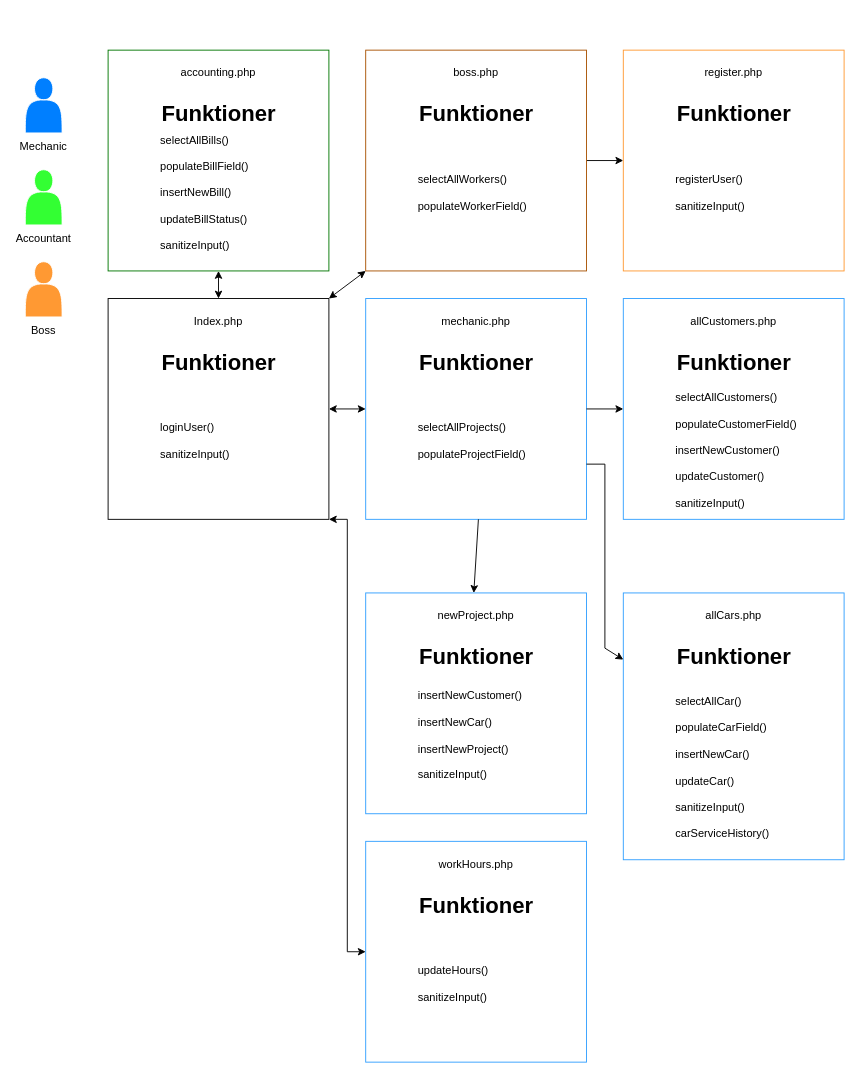
Above: plans/av_web_slutproject_flowchart.drawio in RasLin1/av_web_uppg3 (draw.io), before the change. Source tidied: cells renumbered, new cells numbered last; positions are measured from the earlier drawing's top-left corner, leaving out a move shared by most shapes. Both pictures are drawn from the tidied source at 92%, with x=0, y=0 at pixel (16, 50).
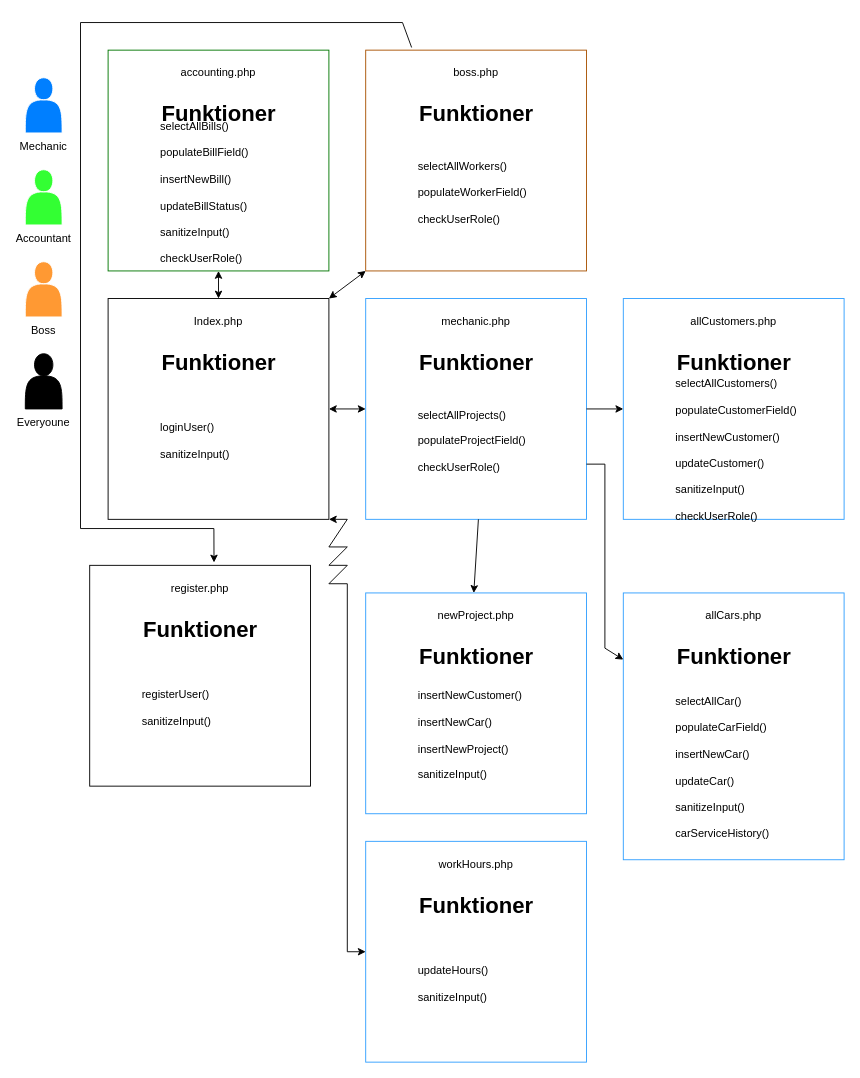
The same page after the edit.

The change refers to these unchanged cells:
```xml
<mxCell id="2" style="rounded=0;whiteSpace=wrap;html=1;" parent="1" vertex="1">
  <mxGeometry x="100" y="270" width="240" height="240" as="geometry" />
</mxCell>
<mxCell id="30" style="rounded=0;whiteSpace=wrap;html=1;strokeColor=#a85100;" parent="1" vertex="1">
  <mxGeometry x="380" width="240" height="240" as="geometry" />
</mxCell>
<mxCell id="36" style="rounded=0;whiteSpace=wrap;html=1;strokeColor=#319fff;" parent="1" vertex="1">
  <mxGeometry x="380" y="860" width="240" height="240" as="geometry" />
</mxCell>
```

The edit, as a diff of the source:
```diff
@@
-    <mxCell id="9" value="selectAllProjects()&lt;div&gt;&lt;div&gt;&lt;br&gt;&lt;/div&gt;&lt;div&gt;populateProjectField()&lt;/div&gt;&lt;/div&gt;" style="text;html=1;align=left;verticalAlign=middle;whiteSpace=wrap;rounded=0;" parent="1" vertex="1">
+    <mxCell id="9" value="selectAllProjects()&lt;div&gt;&lt;div&gt;&lt;br&gt;&lt;/div&gt;&lt;div&gt;populateProjectField()&lt;/div&gt;&lt;/div&gt;&lt;div&gt;&lt;br&gt;&lt;/div&gt;&lt;div&gt;checkUserRole()&lt;/div&gt;" style="text;html=1;align=left;verticalAlign=middle;whiteSpace=wrap;rounded=0;" parent="1" vertex="1">
       <mxGeometry x="435" y="360" width="130" height="130" as="geometry" />
     </mxCell>
@@
-    <mxCell id="17" style="endArrow=classic;html=1;rounded=0;entryX=0;entryY=0.5;entryDx=0;entryDy=0;exitX=1;exitY=0.5;exitDx=0;exitDy=0;" parent="1" edge="1" source="30" target="18">
-      <mxGeometry relative="1" as="geometry" />
+    <mxCell id="17" style="endArrow=classic;html=1;rounded=0;entryX=0.563;entryY=-0.013;entryDx=0;entryDy=0;entryPerimeter=0;exitX=0.208;exitY=-0.012;exitDx=0;exitDy=0;exitPerimeter=0;" parent="1" edge="1" source="30" target="18">
+      <mxGeometry relative="1" as="geometry">
+        <Array as="points">
+          <mxPoint x="420" y="-30" />
+          <mxPoint x="70" y="-30" />
+          <mxPoint x="70" y="520" />
+          <mxPoint x="215" y="520" />
+        </Array>
+      </mxGeometry>
     </mxCell>
-    <mxCell id="18" style="rounded=0;whiteSpace=wrap;html=1;strokeColor=#FF9933;" parent="1" vertex="1">
-      <mxGeometry x="660" width="240" height="240" as="geometry" />
+    <mxCell id="18" style="rounded=0;whiteSpace=wrap;html=1;strokeColor=#000000;" parent="1" vertex="1">
+      <mxGeometry x="80" y="560" width="240" height="240" as="geometry" />
     </mxCell>
     <mxCell id="19" value="Funktioner" style="text;strokeColor=none;fillColor=none;html=1;fontSize=24;fontStyle=1;verticalAlign=middle;align=center;" parent="1" vertex="1">
-      <mxGeometry x="730" y="50" width="100" height="40" as="geometry" />
+      <mxGeometry x="150" y="610" width="100" height="40" as="geometry" />
     </mxCell>
     <mxCell id="20" value="registerUser()&lt;div&gt;&lt;br&gt;&lt;/div&gt;&lt;div&gt;sanitizeInput()&lt;/div&gt;" style="text;html=1;align=left;verticalAlign=middle;whiteSpace=wrap;rounded=0;" parent="1" vertex="1">
-      <mxGeometry x="715" y="90" width="130" height="130" as="geometry" />
+      <mxGeometry x="135" y="650" width="130" height="130" as="geometry" />
     </mxCell>
@@
-    <mxCell id="29" value="selectAllBills()&lt;div&gt;&lt;br&gt;&lt;/div&gt;&lt;div&gt;populateBillField()&lt;/div&gt;&lt;div&gt;&lt;br&gt;&lt;/div&gt;&lt;div&gt;insertNewBill()&lt;/div&gt;&lt;div&gt;&lt;br&gt;&lt;/div&gt;&lt;div&gt;updateBillStatus()&lt;/div&gt;&lt;div&gt;&lt;br&gt;&lt;/div&gt;&lt;div&gt;sanitizeInput()&lt;br&gt;&lt;/div&gt;" style="text;html=1;align=left;verticalAlign=middle;whiteSpace=wrap;rounded=0;" parent="1" vertex="1">
+    <mxCell id="29" value="selectAllBills()&lt;div&gt;&lt;br&gt;&lt;/div&gt;&lt;div&gt;populateBillField()&lt;/div&gt;&lt;div&gt;&lt;br&gt;&lt;/div&gt;&lt;div&gt;insertNewBill()&lt;/div&gt;&lt;div&gt;&lt;br&gt;&lt;/div&gt;&lt;div&gt;updateBillStatus()&lt;/div&gt;&lt;div&gt;&lt;br&gt;&lt;/div&gt;&lt;div&gt;sanitizeInput()&lt;br&gt;&lt;/div&gt;&lt;div&gt;&lt;br&gt;&lt;/div&gt;&lt;div&gt;checkUserRole()&lt;br&gt;&lt;/div&gt;" style="text;html=1;align=left;verticalAlign=middle;whiteSpace=wrap;rounded=0;" parent="1" vertex="1">
       <mxGeometry x="155" y="90" width="130" height="130" as="geometry" />
     </mxCell>
@@
-    <mxCell id="33" value="selectAllWorkers()&lt;div&gt;&lt;br&gt;&lt;/div&gt;&lt;div&gt;populateWorkerField()&lt;/div&gt;" style="text;html=1;align=left;verticalAlign=middle;whiteSpace=wrap;rounded=0;strokeColor=none;" parent="1" vertex="1">
+    <mxCell id="33" value="selectAllWorkers()&lt;div&gt;&lt;br&gt;&lt;/div&gt;&lt;div&gt;populateWorkerField()&lt;/div&gt;&lt;div&gt;&lt;br&gt;&lt;/div&gt;&lt;div&gt;checkUserRole()&lt;br&gt;&lt;/div&gt;" style="text;html=1;align=left;verticalAlign=middle;whiteSpace=wrap;rounded=0;strokeColor=none;" parent="1" vertex="1">
       <mxGeometry x="435" y="90" width="130" height="130" as="geometry" />
     </mxCell>
@@
     <mxCell id="40" style="endArrow=classic;startArrow=classic;html=1;rounded=0;entryX=0;entryY=0.5;entryDx=0;entryDy=0;exitX=1;exitY=1;exitDx=0;exitDy=0;" parent="1" edge="1" source="2" target="36">
       <mxGeometry relative="1" as="geometry">
         <Array as="points">
           <mxPoint x="360" y="510" />
+          <mxPoint x="340" y="540" />
+          <mxPoint x="360" y="540" />
+          <mxPoint x="340" y="560" />
+          <mxPoint x="360" y="560" />
+          <mxPoint x="340" y="580" />
+          <mxPoint x="360" y="580" />
           <mxPoint x="360" y="980" />
         </Array>
       </mxGeometry>
     </mxCell>
@@
-    <mxCell id="44" value="&lt;div&gt;selectAllCustomers()&lt;/div&gt;&lt;div&gt;&lt;br&gt;&lt;/div&gt;&lt;div&gt;populateCustomerField()&lt;/div&gt;&lt;div&gt;&lt;br&gt;&lt;/div&gt;&lt;div&gt;insertNewCustomer()&lt;/div&gt;&lt;div&gt;&lt;br&gt;&lt;/div&gt;&lt;div&gt;updateCustomer()&lt;/div&gt;&lt;div&gt;&lt;br&gt;&lt;/div&gt;&lt;div&gt;sanitizeInput()&lt;/div&gt;" style="text;html=1;align=left;verticalAlign=middle;whiteSpace=wrap;rounded=0;" parent="1" vertex="1">
+    <mxCell id="44" value="&lt;div&gt;selectAllCustomers()&lt;/div&gt;&lt;div&gt;&lt;br&gt;&lt;/div&gt;&lt;div&gt;populateCustomerField()&lt;/div&gt;&lt;div&gt;&lt;br&gt;&lt;/div&gt;&lt;div&gt;insertNewCustomer()&lt;/div&gt;&lt;div&gt;&lt;br&gt;&lt;/div&gt;&lt;div&gt;updateCustomer()&lt;/div&gt;&lt;div&gt;&lt;br&gt;&lt;/div&gt;&lt;div&gt;sanitizeInput()&lt;/div&gt;&lt;div&gt;&lt;br&gt;&lt;/div&gt;&lt;div&gt;checkUserRole()&lt;br&gt;&lt;/div&gt;" style="text;html=1;align=left;verticalAlign=middle;whiteSpace=wrap;rounded=0;" parent="1" vertex="1">
       <mxGeometry x="715" y="360" width="130" height="150" as="geometry" />
     </mxCell>
@@
     <mxCell id="51" value="register.php" style="text;html=1;align=center;verticalAlign=middle;whiteSpace=wrap;rounded=0;strokeColor=none;" parent="1" vertex="1">
-      <mxGeometry x="750" y="10" width="60" height="30" as="geometry" />
+      <mxGeometry x="170" y="570" width="60" height="30" as="geometry" />
     </mxCell>
+    <mxCell id="52" style="shape=actor;whiteSpace=wrap;html=1;strokeColor=default;fillColor=#000000;" parent="1" vertex="1">
+      <mxGeometry x="10" y="330" width="40" height="60" as="geometry" />
+    </mxCell>
+    <mxCell id="53" value="Everyoune" style="text;html=1;align=center;verticalAlign=middle;whiteSpace=wrap;rounded=0;" parent="1" vertex="1">
+      <mxGeometry y="390" width="60" height="30" as="geometry" />
+    </mxCell>
```
